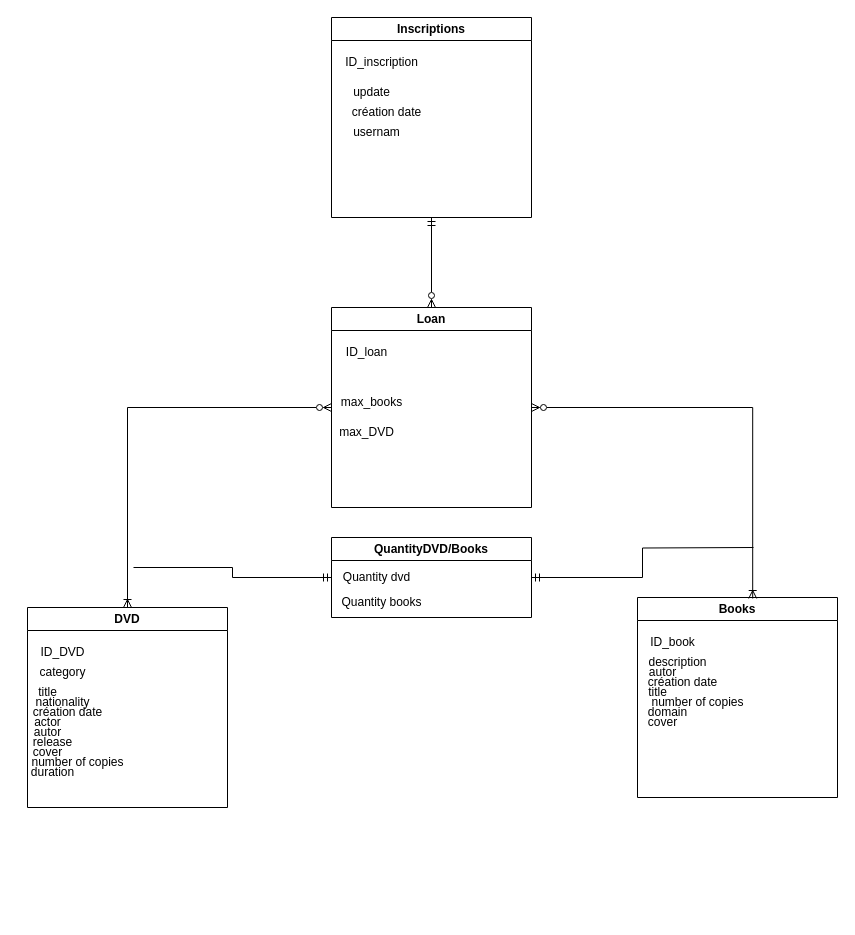
Before: page "Page-2" (2 of 2) of Diagramme sans nom.drawio in Jonathan-css/MonGit, a draw.io diagram. Source tidied: cells renumbered, new cells numbered last; positions are measured from the earlier drawing's top-left corner, leaving out a move shared by most shapes. Both pictures are drawn from the tidied source at 100%, with x=0, y=0 at pixel (17, 17).
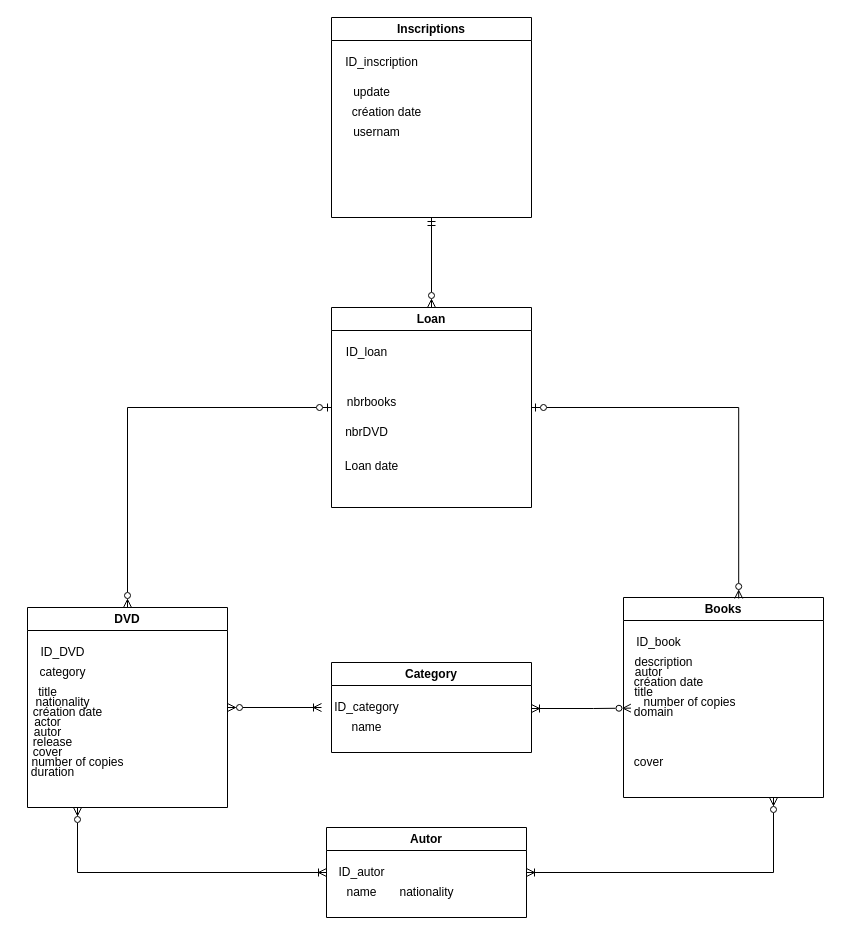
The same diagram, later.

The change refers to these unchanged cells:
```xml
<mxCell id="17" value="DVD" style="swimlane;whiteSpace=wrap;html=1;rounded=0;labelBackgroundColor=none;swimlaneLine=1;" parent="1" vertex="1">
  <mxGeometry x="10" y="590" width="200" height="200" as="geometry" />
</mxCell>
<mxCell id="29" value="Loan" style="swimlane;whiteSpace=wrap;html=1;rounded=0;labelBackgroundColor=none;swimlaneLine=1;startSize=23;" parent="1" vertex="1">
  <mxGeometry x="314" y="290" width="200" height="200" as="geometry" />
</mxCell>
```

The edit, as a diff of the source:
```diff
@@
     <mxCell id="2" value="Books" style="swimlane;whiteSpace=wrap;html=1;rounded=0;labelBackgroundColor=none;swimlaneLine=1;" parent="1" vertex="1">
-      <mxGeometry x="620" y="580" width="200" height="200" as="geometry" />
+      <mxGeometry x="606" y="580" width="200" height="200" as="geometry" />
     </mxCell>
@@
     <mxCell id="9" value="cover" style="text;html=1;align=center;verticalAlign=middle;strokeColor=none;fillColor=none;" parent="2" vertex="1">
-      <mxGeometry y="110" width="50" height="30" as="geometry" />
+      <mxGeometry y="150" width="50" height="30" as="geometry" />
     </mxCell>
     <mxCell id="10" value="number of copies" style="text;html=1;align=center;verticalAlign=middle;points=[];strokeColor=none;fillColor=none;" parent="2" vertex="1">
-      <mxGeometry y="90" width="120" height="30" as="geometry" />
+      <mxGeometry x="6" y="90" width="120" height="30" as="geometry" />
     </mxCell>
@@
-    <mxCell id="27" style="edgeStyle=orthogonalEdgeStyle;rounded=0;jettySize=auto;html=1;startArrow=ERzeroToMany;startFill=0;endArrow=ERoneToMany;endFill=0;" parent="1" edge="1" source="29" target="17">
+    <mxCell id="27" style="edgeStyle=orthogonalEdgeStyle;rounded=0;jettySize=auto;html=1;startArrow=ERzeroToOne;startFill=0;endArrow=ERzeroToMany;endFill=0;" parent="1" edge="1" source="29" target="17">
       <mxGeometry relative="1" as="geometry" />
     </mxCell>
-    <mxCell id="28" style="edgeStyle=orthogonalEdgeStyle;rounded=0;jettySize=auto;html=1;entryX=0.576;entryY=0.005;entryDx=0;entryDy=0;entryPerimeter=0;startArrow=ERzeroToMany;startFill=0;endArrow=ERoneToMany;endFill=0;" parent="1" edge="1" source="29" target="2">
+    <mxCell id="28" style="edgeStyle=orthogonalEdgeStyle;rounded=0;jettySize=auto;html=1;entryX=0.576;entryY=0.005;entryDx=0;entryDy=0;entryPerimeter=0;startArrow=ERzeroToOne;startFill=0;endArrow=ERzeroToMany;endFill=0;" parent="1" edge="1" source="29" target="2">
       <mxGeometry relative="1" as="geometry" />
     </mxCell>
@@
-    <mxCell id="31" value="max_books" style="text;html=1;align=center;verticalAlign=middle;strokeColor=none;fillColor=none;" parent="29" vertex="1">
-      <mxGeometry y="80" width="80" height="30" as="geometry" />
+    <mxCell id="31" value="nbrbooks" style="text;html=1;align=center;verticalAlign=middle;strokeColor=none;fillColor=none;" parent="29" vertex="1">
+      <mxGeometry x="5" y="80" width="70" height="30" as="geometry" />
     </mxCell>
-    <mxCell id="32" value="max_DVD" style="text;html=1;align=center;verticalAlign=middle;strokeColor=none;fillColor=none;" parent="29" vertex="1">
-      <mxGeometry x="-5" y="110" width="80" height="30" as="geometry" />
+    <mxCell id="32" value="nbrDVD" style="text;html=1;align=center;verticalAlign=middle;strokeColor=none;fillColor=none;" parent="29" vertex="1">
+      <mxGeometry y="110" width="70" height="30" as="geometry" />
     </mxCell>
-    <mxCell id="33" style="edgeStyle=orthogonalEdgeStyle;rounded=0;jettySize=auto;html=1;startArrow=ERmandOne;startFill=0;endArrow=none;endFill=0;" parent="1" edge="1" source="34">
-      <mxGeometry relative="1" as="geometry">
-        <mxPoint x="736" y="530" as="targetPoint" />
-      </mxGeometry>
-    </mxCell>
-    <mxCell id="34" value="QuantityDVD/Books" style="swimlane;whiteSpace=wrap;html=1;rounded=0;labelBackgroundColor=none;swimlaneLine=1;" parent="1" vertex="1">
-      <mxGeometry x="314" y="520" width="200" height="80" as="geometry" />
-    </mxCell>
-    <mxCell id="35" style="edgeStyle=orthogonalEdgeStyle;rounded=0;jettySize=auto;html=1;startArrow=ERmandOne;startFill=0;endArrow=none;endFill=0;" parent="34" edge="1" source="36">
-      <mxGeometry relative="1" as="geometry">
-        <mxPoint x="-198" y="30" as="targetPoint" />
-        <Array as="points">
-          <mxPoint x="-99" y="40" />
-          <mxPoint x="-99" y="30" />
-        </Array>
-      </mxGeometry>
-    </mxCell>
-    <mxCell id="36" value="Quantity dvd" style="text;html=1;align=center;verticalAlign=middle;points=[];strokeColor=none;fillColor=none;" parent="34" vertex="1">
-      <mxGeometry y="25" width="90" height="30" as="geometry" />
-    </mxCell>
-    <mxCell id="37" value="Quantity books" style="text;html=1;align=center;verticalAlign=middle;strokeColor=none;fillColor=none;" parent="34" vertex="1">
-      <mxGeometry y="50" width="100" height="30" as="geometry" />
-    </mxCell>
+    <mxCell id="40" value="Loan date" style="text;html=1;align=center;verticalAlign=middle;strokeColor=none;fillColor=none;" parent="29" vertex="1">
+      <mxGeometry y="144" width="80" height="30" as="geometry" />
+    </mxCell>
@@
+    <mxCell id="41" style="edgeStyle=orthogonalEdgeStyle;rounded=0;jettySize=auto;html=1;entryX=0.25;entryY=1;entryDx=0;entryDy=0;startArrow=ERoneToMany;startFill=0;endArrow=ERzeroToMany;endFill=0;" parent="1" edge="1" source="43" target="17">
+      <mxGeometry relative="1" as="geometry" />
+    </mxCell>
+    <mxCell id="42" style="edgeStyle=orthogonalEdgeStyle;rounded=0;jettySize=auto;html=1;entryX=0.75;entryY=1;entryDx=0;entryDy=0;startArrow=ERoneToMany;startFill=0;endArrow=ERzeroToMany;endFill=0;" parent="1" edge="1" source="43" target="2">
+      <mxGeometry relative="1" as="geometry" />
+    </mxCell>
+    <mxCell id="43" value="Autor" style="swimlane;whiteSpace=wrap;html=1;rounded=0;labelBackgroundColor=none;swimlaneLine=1;" parent="1" vertex="1">
+      <mxGeometry x="309" y="810" width="200" height="90" as="geometry" />
+    </mxCell>
+    <mxCell id="44" value="ID_autor" style="text;html=1;align=center;verticalAlign=middle;strokeColor=none;fillColor=none;" parent="43" vertex="1">
+      <mxGeometry y="30" width="70" height="30" as="geometry" />
+    </mxCell>
+    <mxCell id="45" value="name" style="text;html=1;align=center;verticalAlign=middle;strokeColor=none;fillColor=none;" parent="43" vertex="1">
+      <mxGeometry x="10" y="50" width="50" height="30" as="geometry" />
+    </mxCell>
+    <mxCell id="46" value="nationality" style="text;html=1;align=center;verticalAlign=middle;strokeColor=none;fillColor=none;" parent="43" vertex="1">
+      <mxGeometry x="60" y="50" width="80" height="30" as="geometry" />
+    </mxCell>
+    <mxCell id="47" style="edgeStyle=orthogonalEdgeStyle;rounded=0;jettySize=auto;html=1;entryX=0.012;entryY=0.688;entryDx=0;entryDy=0;entryPerimeter=0;startArrow=ERoneToMany;startFill=0;endArrow=ERzeroToMany;endFill=0;" parent="1" edge="1" source="48" target="10">
+      <mxGeometry relative="1" as="geometry">
+        <Array as="points">
+          <mxPoint x="576" y="691" />
+          <mxPoint x="576" y="691" />
+        </Array>
+      </mxGeometry>
+    </mxCell>
+    <mxCell id="48" value="Category" style="swimlane;whiteSpace=wrap;html=1;rounded=0;labelBackgroundColor=none;swimlaneLine=1;" parent="1" vertex="1">
+      <mxGeometry x="314" y="645" width="200" height="90" as="geometry" />
+    </mxCell>
+    <mxCell id="49" value="ID_category" style="text;html=1;align=center;verticalAlign=middle;points=[];strokeColor=none;fillColor=none;" parent="48" vertex="1">
+      <mxGeometry x="-10" y="30" width="90" height="30" as="geometry" />
+    </mxCell>
+    <mxCell id="50" value="name" style="text;html=1;align=center;verticalAlign=middle;strokeColor=none;fillColor=none;" parent="48" vertex="1">
+      <mxGeometry x="10" y="50" width="50" height="30" as="geometry" />
+    </mxCell>
+    <mxCell id="51" style="edgeStyle=orthogonalEdgeStyle;rounded=0;jettySize=auto;html=1;entryX=1;entryY=0.5;entryDx=0;entryDy=0;startArrow=ERoneToMany;startFill=0;endArrow=ERzeroToMany;endFill=0;" parent="1" edge="1" source="49" target="17">
+      <mxGeometry relative="1" as="geometry" />
+    </mxCell>
```
